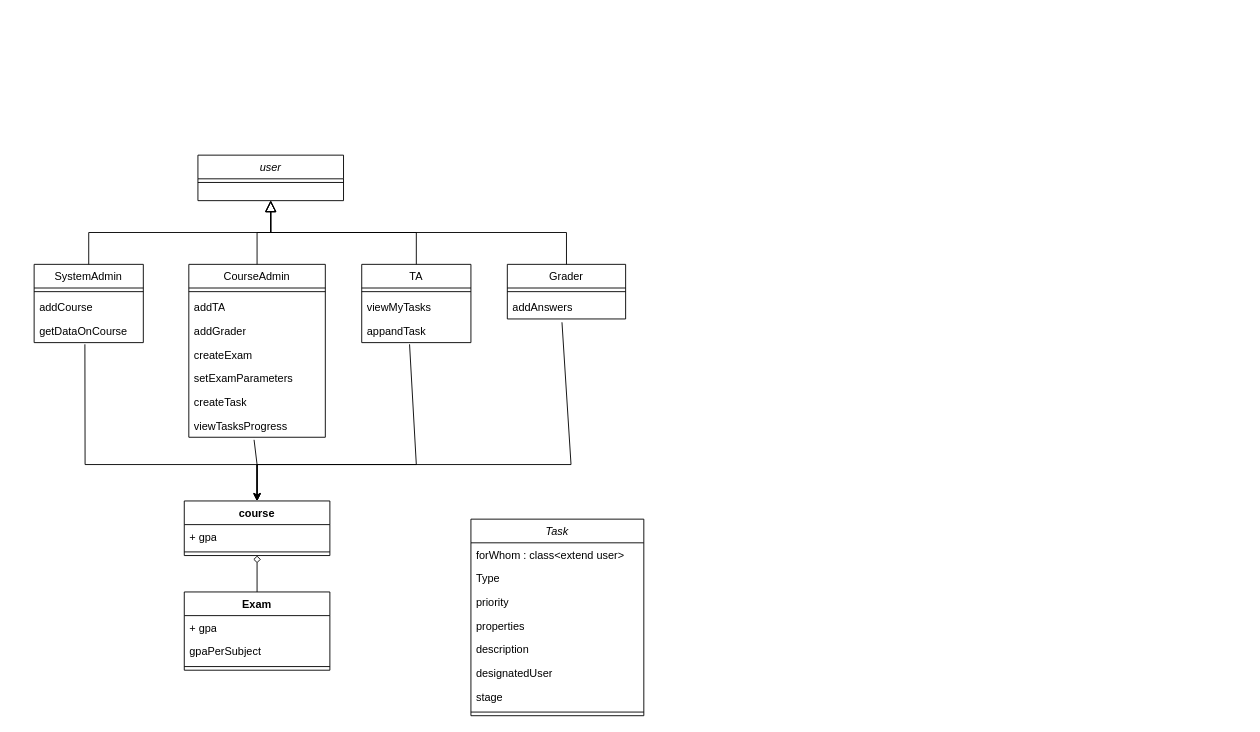
The draw.io diagram docs/diagram.drawio in RoiTief/Exam-Management-System, before the edit. Source tidied: cells renumbered, new cells numbered last; positions are measured from the earlier drawing's top-left corner, leaving out a move shared by most shapes. Both pictures are drawn from the tidied source at 91%, with x=0, y=0 at pixel (34, 155).
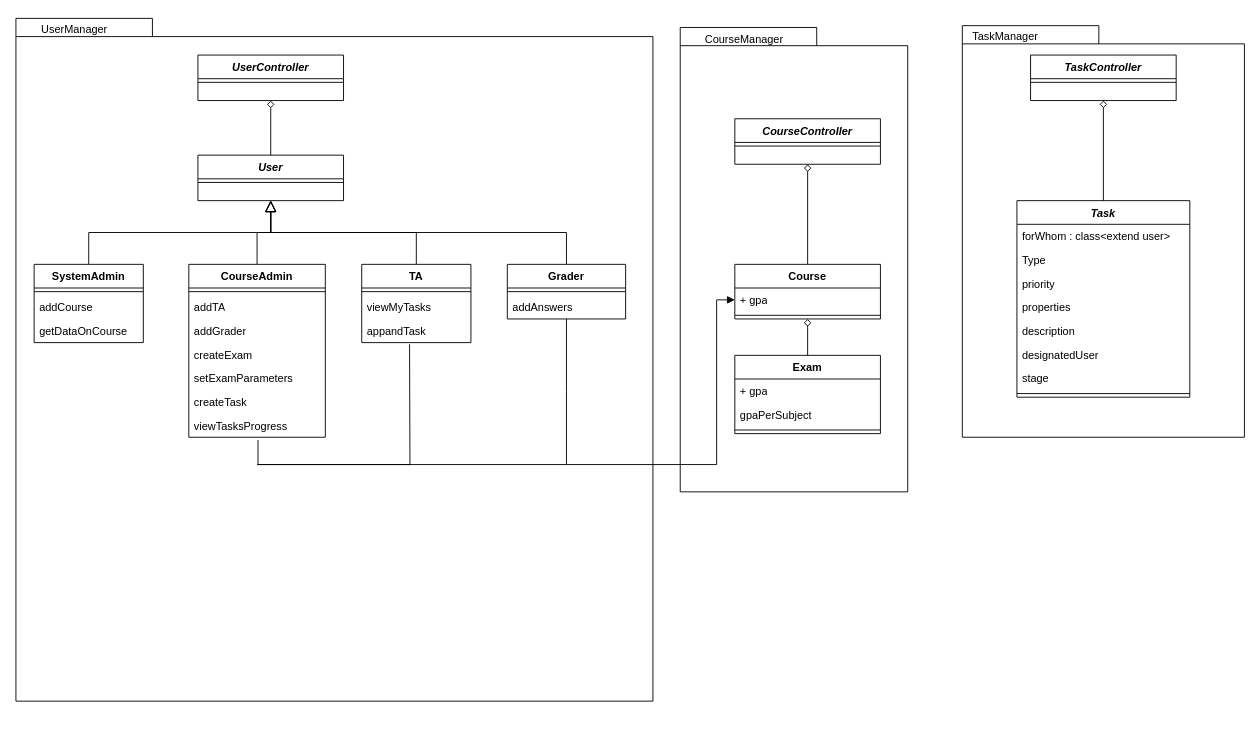
The same diagram, later.

Commit message:
[base_code] fixed diagram

Branch: [base_code]

The change refers to these unchanged cells:
```xml
<mxCell id="7" value="appandTask" style="text;strokeColor=none;fillColor=none;align=left;verticalAlign=top;spacingLeft=4;spacingRight=4;overflow=hidden;points=[[0,0.5],[1,0.5]];portConstraint=eastwest;whiteSpace=wrap;html=1;" parent="4" vertex="1">
  <mxGeometry y="60" width="120" height="26" as="geometry" />
</mxCell>
<mxCell id="12" value="getDataOnCourse" style="text;strokeColor=none;fillColor=none;align=left;verticalAlign=top;spacingLeft=4;spacingRight=4;overflow=hidden;points=[[0,0.5],[1,0.5]];portConstraint=eastwest;whiteSpace=wrap;html=1;" parent="9" vertex="1">
  <mxGeometry y="60" width="120" height="26" as="geometry" />
</mxCell>
<mxCell id="21" value="viewTasksProgress" style="text;strokeColor=none;fillColor=none;align=left;verticalAlign=top;spacingLeft=4;spacingRight=4;overflow=hidden;points=[[0,0.5],[1,0.5]];portConstraint=eastwest;whiteSpace=wrap;html=1;" parent="14" vertex="1">
  <mxGeometry y="164" width="150" height="26" as="geometry" />
</mxCell>
<mxCell id="24" value="addAnswers" style="text;strokeColor=none;fillColor=none;align=left;verticalAlign=top;spacingLeft=4;spacingRight=4;overflow=hidden;points=[[0,0.5],[1,0.5]];portConstraint=eastwest;whiteSpace=wrap;html=1;" parent="22" vertex="1">
  <mxGeometry y="34" width="130" height="26" as="geometry" />
</mxCell>
<mxCell id="28" value="+ gpa" style="text;strokeColor=none;fillColor=none;align=left;verticalAlign=top;spacingLeft=4;spacingRight=4;overflow=hidden;points=[[0,0.5],[1,0.5]];portConstraint=eastwest;whiteSpace=wrap;html=1;" parent="27" vertex="1">
  <mxGeometry y="26" width="160" height="26" as="geometry" />
</mxCell>
```

What changed in the source:
```diff
@@
+    <mxCell id="48" style="shape=folder;fontStyle=1;spacingTop=10;tabWidth=150;tabHeight=20;tabPosition=left;html=1;whiteSpace=wrap;" parent="1" vertex="1">
+      <mxGeometry x="1020" y="-142.3" width="310" height="452.3" as="geometry" />
+    </mxCell>
+    <mxCell id="49" style="shape=folder;fontStyle=1;spacingTop=10;tabWidth=150;tabHeight=20;tabPosition=left;html=1;whiteSpace=wrap;" parent="1" vertex="1">
+      <mxGeometry x="710" y="-140.3" width="250" height="510.3" as="geometry" />
+    </mxCell>
+    <mxCell id="50" value="CourseManager" style="text;html=1;align=center;verticalAlign=middle;strokeColor=none;fillColor=none;" parent="1" vertex="1">
+      <mxGeometry x="725" y="-142.3" width="110" height="30" as="geometry" />
+    </mxCell>
+    <mxCell id="51" value="TaskManager" style="text;html=1;align=center;verticalAlign=middle;strokeColor=none;fillColor=none;" parent="1" vertex="1">
+      <mxGeometry x="1017" y="-145.3" width="100" height="30" as="geometry" />
+    </mxCell>
+    <mxCell id="52" style="group;" parent="1" vertex="1">
+      <mxGeometry x="-20" y="-153" width="700" height="753" as="geometry" />
+    </mxCell>
+    <mxCell id="53" style="shape=folder;fontStyle=1;spacingTop=10;tabWidth=150;tabHeight=20;tabPosition=left;html=1;whiteSpace=wrap;" parent="52" vertex="1">
+      <mxGeometry y="2.7" width="700" height="750.3" as="geometry" />
+    </mxCell>
+    <mxCell id="54" value="UserManager" style="text;html=1;align=center;verticalAlign=middle;strokeColor=none;fillColor=none;" parent="52" vertex="1">
+      <mxGeometry x="14.2" width="100" height="30" as="geometry" />
+    </mxCell>
-    <mxCell id="2" value="user" style="swimlane;fontStyle=2;align=center;verticalAlign=top;horizontal=1;startSize=26;rounded=0;shadow=0;strokeWidth=1;" parent="1" vertex="1">
+    <mxCell id="2" value="User" style="swimlane;fontStyle=3;align=center;verticalAlign=top;horizontal=1;startSize=26;rounded=0;shadow=0;strokeWidth=1;" parent="1" vertex="1">
       <mxGeometry x="180" width="160" height="50" as="geometry" />
     </mxCell>
@@
-    <mxCell id="4" value="TA" style="swimlane;fontStyle=0;align=center;verticalAlign=top;horizontal=1;startSize=26;rounded=0;shadow=0;strokeWidth=1;" parent="1" vertex="1">
+    <mxCell id="4" value="TA" style="swimlane;fontStyle=1;align=center;verticalAlign=top;horizontal=1;startSize=26;rounded=0;shadow=0;strokeWidth=1;" parent="1" vertex="1">
       <mxGeometry x="360" y="120" width="120" height="86" as="geometry" />
     </mxCell>
@@
-    <mxCell id="9" value="SystemAdmin" style="swimlane;fontStyle=0;align=center;verticalAlign=top;horizontal=1;startSize=26;rounded=0;shadow=0;strokeWidth=1;" parent="1" vertex="1">
+    <mxCell id="9" value="SystemAdmin" style="swimlane;fontStyle=1;align=center;verticalAlign=top;horizontal=1;startSize=26;rounded=0;shadow=0;strokeWidth=1;" parent="1" vertex="1">
       <mxGeometry y="120" width="120" height="86" as="geometry" />
     </mxCell>
@@
-    <mxCell id="14" value="CourseAdmin" style="swimlane;fontStyle=0;align=center;verticalAlign=top;horizontal=1;startSize=26;rounded=0;shadow=0;strokeWidth=1;" parent="1" vertex="1">
+    <mxCell id="14" value="CourseAdmin" style="swimlane;fontStyle=1;align=center;verticalAlign=top;horizontal=1;startSize=26;rounded=0;shadow=0;strokeWidth=1;" parent="1" vertex="1">
       <mxGeometry x="170" y="120" width="150" height="190" as="geometry" />
     </mxCell>
@@
+    <mxCell id="55" style="edgeStyle=orthogonalEdgeStyle;rounded=0;jettySize=auto;html=1;endArrow=none;endFill=0;" parent="1" edge="1" source="22">
+      <mxGeometry relative="1" as="geometry">
+        <mxPoint x="585" y="340" as="targetPoint" />
+      </mxGeometry>
+    </mxCell>
-    <mxCell id="22" value="Grader" style="swimlane;fontStyle=0;align=center;verticalAlign=top;horizontal=1;startSize=26;rounded=0;shadow=0;strokeWidth=1;" parent="1" vertex="1">
+    <mxCell id="22" value="Grader" style="swimlane;fontStyle=1;align=center;verticalAlign=top;horizontal=1;startSize=26;rounded=0;shadow=0;strokeWidth=1;" parent="1" vertex="1">
       <mxGeometry x="520" y="120" width="130" height="60" as="geometry" />
     </mxCell>
@@
-    <mxCell id="27" value="course" style="swimlane;fontStyle=1;align=center;verticalAlign=top;horizontal=1;startSize=26;whiteSpace=wrap;html=1;" parent="1" vertex="1">
-      <mxGeometry x="165" y="380" width="160" height="60" as="geometry" />
+    <mxCell id="27" value="Course" style="swimlane;fontStyle=1;align=center;verticalAlign=top;horizontal=1;startSize=26;whiteSpace=wrap;html=1;" parent="1" vertex="1">
+      <mxGeometry x="770" y="120" width="160" height="60" as="geometry" />
     </mxCell>
@@
-    <mxCell id="30" style="endArrow=classic;html=1;rounded=0;exitX=0.478;exitY=1.109;exitDx=0;exitDy=0;exitPerimeter=0;entryX=0.5;entryY=0;entryDx=0;entryDy=0;" parent="1" edge="1" source="21" target="27">
+    <mxCell id="30" style="endArrow=block;html=1;rounded=0;exitX=0.5;exitY=1.115;exitDx=0;exitDy=0;exitPerimeter=0;endFill=1;entryX=0;entryY=0.5;entryDx=0;entryDy=0;" parent="1" edge="1" target="28">
       <mxGeometry relative="1" as="geometry">
+        <mxPoint x="246" y="313" as="sourcePoint" />
         <Array as="points">
-          <mxPoint x="245" y="340" />
+          <mxPoint x="246" y="340" />
+          <mxPoint x="750" y="340" />
+          <mxPoint x="750" y="159" />
         </Array>
       </mxGeometry>
     </mxCell>
     <mxCell id="31" value="Exam" style="swimlane;fontStyle=1;align=center;verticalAlign=top;horizontal=1;startSize=26;whiteSpace=wrap;html=1;" parent="1" vertex="1">
-      <mxGeometry x="165" y="480" width="160" height="86" as="geometry" />
+      <mxGeometry x="770" y="220" width="160" height="86" as="geometry" />
     </mxCell>
@@
-    <mxCell id="36" value="Task" style="swimlane;fontStyle=2;align=center;verticalAlign=top;horizontal=1;startSize=26;rounded=0;shadow=0;strokeWidth=1;" parent="1" vertex="1">
-      <mxGeometry x="480" y="400" width="190" height="216" as="geometry" />
+    <mxCell id="36" value="Task" style="swimlane;fontStyle=3;align=center;verticalAlign=top;horizontal=1;startSize=26;rounded=0;shadow=0;strokeWidth=1;" parent="1" vertex="1">
+      <mxGeometry x="1080" y="50" width="190" height="216" as="geometry" />
     </mxCell>
@@
-    <mxCell id="45" style="endArrow=classic;html=1;rounded=0;exitX=0.465;exitY=1.071;exitDx=0;exitDy=0;exitPerimeter=0;entryX=0.5;entryY=0;entryDx=0;entryDy=0;" parent="1" edge="1" source="12" target="27">
-      <mxGeometry relative="1" as="geometry">
-        <Array as="points">
-          <mxPoint x="56" y="340" />
-          <mxPoint x="245" y="340" />
-        </Array>
-      </mxGeometry>
-    </mxCell>
-    <mxCell id="46" style="endArrow=classic;html=1;rounded=0;exitX=0.438;exitY=1.071;exitDx=0;exitDy=0;exitPerimeter=0;entryX=0.5;entryY=0;entryDx=0;entryDy=0;" parent="1" edge="1" source="7" target="27">
+    <mxCell id="46" style="endArrow=none;html=1;rounded=0;exitX=0.438;exitY=1.071;exitDx=0;exitDy=0;exitPerimeter=0;endFill=0;" parent="1" edge="1" source="7">
       <mxGeometry relative="1" as="geometry">
+        <mxPoint x="245" y="340" as="targetPoint" />
         <Array as="points">
-          <mxPoint x="420" y="340" />
+          <mxPoint x="413" y="340" />
           <mxPoint x="245" y="340" />
         </Array>
       </mxGeometry>
     </mxCell>
-    <mxCell id="47" style="endArrow=classic;html=1;rounded=0;exitX=0.462;exitY=1.141;exitDx=0;exitDy=0;exitPerimeter=0;entryX=0.5;entryY=0;entryDx=0;entryDy=0;" parent="1" edge="1" source="24" target="27">
-      <mxGeometry relative="1" as="geometry">
-        <Array as="points">
-          <mxPoint x="590" y="340" />
-          <mxPoint x="245" y="340" />
-        </Array>
-      </mxGeometry>
-    </mxCell>
+    <mxCell id="56" value="UserController" style="swimlane;fontStyle=3;align=center;verticalAlign=top;horizontal=1;startSize=26;rounded=0;shadow=0;strokeWidth=1;" parent="1" vertex="1">
+      <mxGeometry x="180" y="-110" width="160" height="50" as="geometry" />
+    </mxCell>
+    <mxCell id="57" style="line;html=1;strokeWidth=1;align=left;verticalAlign=middle;spacingTop=-1;spacingLeft=3;spacingRight=3;labelPosition=right;" parent="56" vertex="1">
+      <mxGeometry y="26" width="160" height="8" as="geometry" />
+    </mxCell>
+    <mxCell id="58" style="endArrow=diamond;html=1;rounded=0;endFill=0;exitX=0.5;exitY=0;exitDx=0;exitDy=0;entryX=0.5;entryY=1;entryDx=0;entryDy=0;" parent="1" edge="1" source="2" target="56">
+      <mxGeometry relative="1" as="geometry" />
+    </mxCell>
+    <mxCell id="59" value="TaskController" style="swimlane;fontStyle=3;align=center;verticalAlign=top;horizontal=1;startSize=26;rounded=0;shadow=0;strokeWidth=1;" parent="1" vertex="1">
+      <mxGeometry x="1095" y="-110" width="160" height="50" as="geometry" />
+    </mxCell>
+    <mxCell id="60" style="line;html=1;strokeWidth=1;align=left;verticalAlign=middle;spacingTop=-1;spacingLeft=3;spacingRight=3;labelPosition=right;" parent="59" vertex="1">
+      <mxGeometry y="26" width="160" height="8" as="geometry" />
+    </mxCell>
+    <mxCell id="61" style="endArrow=diamond;html=1;rounded=0;endFill=0;exitX=0.5;exitY=0;exitDx=0;exitDy=0;entryX=0.5;entryY=1;entryDx=0;entryDy=0;" parent="1" edge="1" source="36" target="59">
+      <mxGeometry relative="1" as="geometry" />
+    </mxCell>
+    <mxCell id="62" value="CourseController" style="swimlane;fontStyle=3;align=center;verticalAlign=top;horizontal=1;startSize=26;rounded=0;shadow=0;strokeWidth=1;" parent="1" vertex="1">
+      <mxGeometry x="770" y="-40" width="160" height="50" as="geometry" />
+    </mxCell>
+    <mxCell id="63" style="line;html=1;strokeWidth=1;align=left;verticalAlign=middle;spacingTop=-1;spacingLeft=3;spacingRight=3;labelPosition=right;" parent="62" vertex="1">
+      <mxGeometry y="26" width="160" height="8" as="geometry" />
+    </mxCell>
+    <mxCell id="64" style="endArrow=diamond;html=1;rounded=0;endFill=0;exitX=0.5;exitY=0;exitDx=0;exitDy=0;entryX=0.5;entryY=1;entryDx=0;entryDy=0;" parent="1" edge="1" source="27" target="62">
+      <mxGeometry relative="1" as="geometry" />
+    </mxCell>
```
